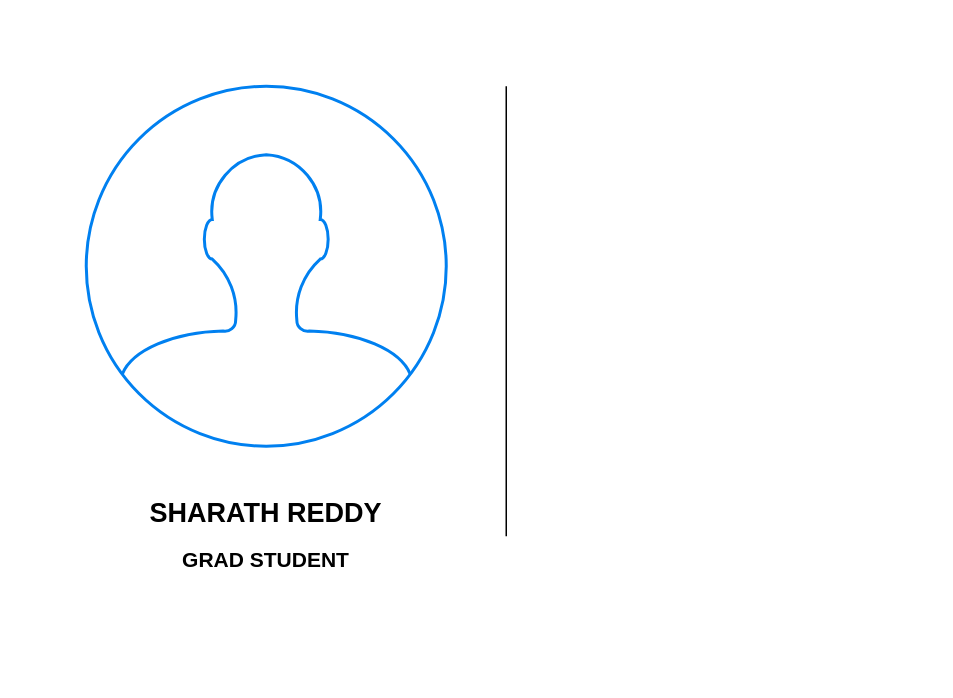
This is wireframe for my website.drawio from dumpalisharathchandrareddy/demo-repo, a draw.io file, before an edit. Source tidied: cells renumbered, new cells numbered last; positions are measured from the earlier drawing's top-left corner, leaving out a move shared by most shapes. Both pictures are drawn from the tidied source at 150%, with x=0, y=0 at pixel (86, 86).
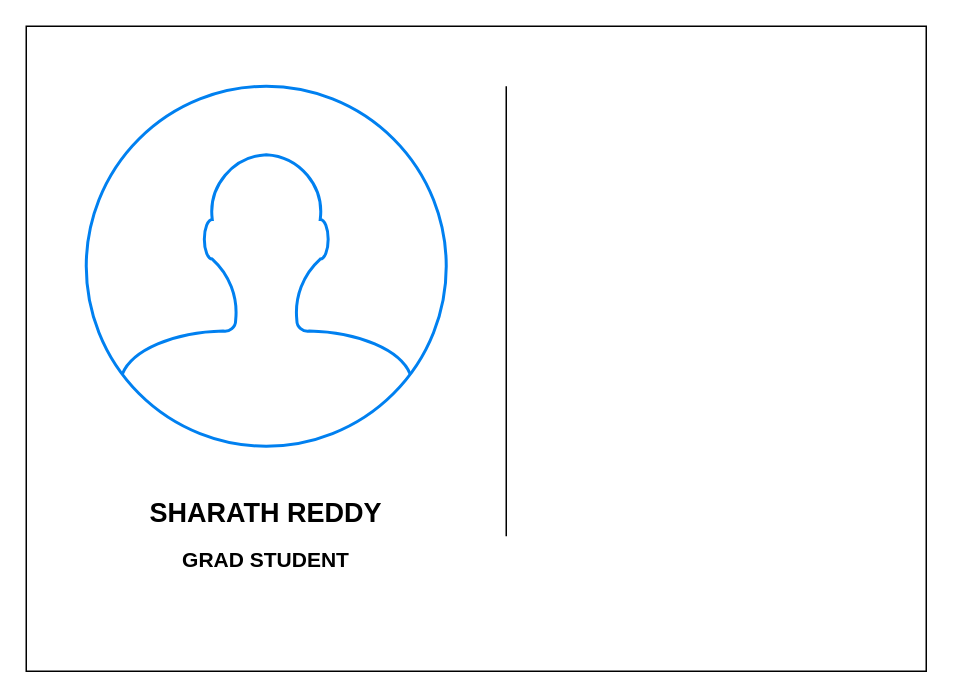
The same page after the edit.

What changed in the source:
```diff
@@
 <mxGraphModel>
   <root>
     <mxCell id="0" />
     <mxCell id="1" parent="0" />
+    <mxCell id="6" style="rounded=0;whiteSpace=wrap;html=1;" parent="1" vertex="1">
+      <mxGeometry x="-40" y="-40" width="600" height="430" as="geometry" />
+    </mxCell>
     <mxCell id="2" style="html=1;verticalLabelPosition=bottom;align=center;labelBackgroundColor=#ffffff;verticalAlign=top;strokeWidth=2;strokeColor=#0080F0;shadow=0;dashed=0;shape=mxgraph.ios7.icons.user;" parent="1" vertex="1">
       <mxGeometry width="240" height="240" as="geometry" />
     </mxCell>
     <mxCell id="3" style="endArrow=none;html=1;rounded=0;fontSize=12;startSize=8;endSize=8;curved=1;" parent="1" edge="1">
       <mxGeometry relative="1" as="geometry">
         <mxPoint x="280" y="300" as="sourcePoint" />
         <mxPoint x="280" as="targetPoint" />
       </mxGeometry>
     </mxCell>
     <mxCell id="4" value="&lt;b&gt;&lt;font style=&quot;font-size: 18px;&quot;&gt;SHARATH REDDY&lt;/font&gt;&lt;/b&gt;" style="text;html=1;align=center;verticalAlign=middle;whiteSpace=wrap;rounded=0;fontSize=16;" parent="1" vertex="1">
       <mxGeometry x="20" y="270" width="200" height="30" as="geometry" />
     </mxCell>
     <mxCell id="5" value="&lt;b style=&quot;&quot;&gt;&lt;font style=&quot;font-size: 14px;&quot;&gt;GRAD STUDENT&lt;/font&gt;&lt;/b&gt;" style="text;html=1;align=center;verticalAlign=middle;whiteSpace=wrap;rounded=0;fontSize=16;" parent="1" vertex="1">
       <mxGeometry x="20" y="300" width="200" height="30" as="geometry" />
     </mxCell>
   </root>
 </mxGraphModel>
```
